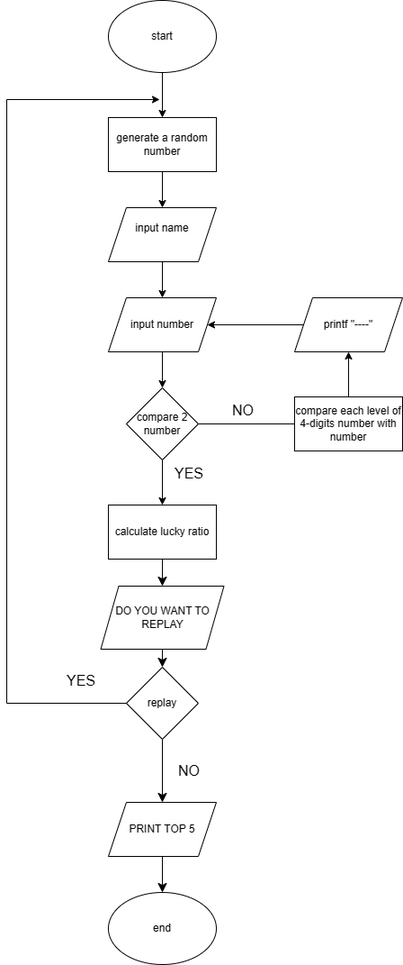
The draw.io diagram FLOWCHART.png in trungple/MOCKC., before a commit. Source tidied: cells renumbered, new cells last; positions are measured from the earlier drawing's top-left corner, leaving out a move shared by most shapes. Its diagram source:
```xml
<mxGraphModel>
  <root>
    <mxCell id="0" />
    <mxCell id="1" parent="0" />
    <mxCell id="2" style="edgeStyle=orthogonalEdgeStyle;rounded=0;jettySize=auto;html=1;" parent="1" edge="1" source="3" target="5">
      <mxGeometry relative="1" as="geometry" />
    </mxCell>
    <mxCell id="3" value="start" style="ellipse;whiteSpace=wrap;html=1;" parent="1" vertex="1">
      <mxGeometry x="113" width="120" height="80" as="geometry" />
    </mxCell>
    <mxCell id="4" style="edgeStyle=orthogonalEdgeStyle;rounded=0;jettySize=auto;html=1;entryX=0.5;entryY=0;entryDx=0;entryDy=0;" parent="1" edge="1" source="5" target="7">
      <mxGeometry relative="1" as="geometry" />
    </mxCell>
    <mxCell id="5" value="generate a random number" style="rounded=0;whiteSpace=wrap;html=1;" parent="1" vertex="1">
      <mxGeometry x="113" y="130" width="120" height="60" as="geometry" />
    </mxCell>
    <mxCell id="6" style="edgeStyle=orthogonalEdgeStyle;rounded=0;jettySize=auto;html=1;entryX=0.5;entryY=0;entryDx=0;entryDy=0;" parent="1" edge="1" source="7" target="9">
      <mxGeometry relative="1" as="geometry" />
    </mxCell>
    <mxCell id="7" value="input name&lt;div&gt;&lt;br&gt;&lt;/div&gt;" style="shape=parallelogram;perimeter=parallelogramPerimeter;whiteSpace=wrap;html=1;fixedSize=1;" parent="1" vertex="1">
      <mxGeometry x="113" y="230" width="120" height="60" as="geometry" />
    </mxCell>
    <mxCell id="8" style="edgeStyle=orthogonalEdgeStyle;rounded=0;jettySize=auto;html=1;exitX=0.5;exitY=1;exitDx=0;exitDy=0;entryX=0.5;entryY=0;entryDx=0;entryDy=0;" parent="1" edge="1" source="9" target="11">
      <mxGeometry relative="1" as="geometry" />
    </mxCell>
    <mxCell id="9" value="input number" style="shape=parallelogram;perimeter=parallelogramPerimeter;whiteSpace=wrap;html=1;fixedSize=1;" parent="1" vertex="1">
      <mxGeometry x="113" y="330" width="120" height="60" as="geometry" />
    </mxCell>
    <mxCell id="10" style="edgeStyle=orthogonalEdgeStyle;rounded=0;jettySize=auto;html=1;entryX=0.5;entryY=0;entryDx=0;entryDy=0;" parent="1" edge="1" source="11" target="18">
      <mxGeometry relative="1" as="geometry" />
    </mxCell>
    <mxCell id="11" value="compare 2 number" style="rhombus;whiteSpace=wrap;html=1;" parent="1" vertex="1">
      <mxGeometry x="133" y="430" width="80" height="80" as="geometry" />
    </mxCell>
    <mxCell id="12" style="endArrow=none;html=1;rounded=0;exitX=1;exitY=0.5;exitDx=0;exitDy=0;" parent="1" edge="1" source="11">
      <mxGeometry relative="1" as="geometry">
        <mxPoint x="320" y="470" as="targetPoint" />
      </mxGeometry>
    </mxCell>
    <mxCell id="13" style="edgeStyle=orthogonalEdgeStyle;rounded=0;jettySize=auto;html=1;entryX=0.5;entryY=1;entryDx=0;entryDy=0;" parent="1" edge="1" source="14" target="16">
      <mxGeometry relative="1" as="geometry" />
    </mxCell>
    <mxCell id="14" value="compare each level of 4-digits number with number" style="rounded=0;whiteSpace=wrap;html=1;" parent="1" vertex="1">
      <mxGeometry x="320" y="440" width="120" height="60" as="geometry" />
    </mxCell>
    <mxCell id="15" style="edgeStyle=orthogonalEdgeStyle;rounded=0;jettySize=auto;html=1;exitX=0;exitY=0.5;exitDx=0;exitDy=0;entryX=1;entryY=0.5;entryDx=0;entryDy=0;" parent="1" edge="1" source="16" target="9">
      <mxGeometry relative="1" as="geometry" />
    </mxCell>
    <mxCell id="16" value="printf &quot;----&quot;" style="shape=parallelogram;perimeter=parallelogramPerimeter;whiteSpace=wrap;html=1;fixedSize=1;" parent="1" vertex="1">
      <mxGeometry x="320" y="330" width="120" height="60" as="geometry" />
    </mxCell>
    <mxCell id="17" style="edgeStyle=none;curved=1;rounded=0;jettySize=auto;html=1;entryX=0.5;entryY=0;entryDx=0;entryDy=0;fontSize=12;startSize=8;endSize=8;" parent="1" edge="1" source="18" target="28">
      <mxGeometry relative="1" as="geometry" />
    </mxCell>
    <mxCell id="18" value="calculate lucky ratio" style="rounded=0;whiteSpace=wrap;html=1;" parent="1" vertex="1">
      <mxGeometry x="113" y="560" width="120" height="60" as="geometry" />
    </mxCell>
    <mxCell id="19" style="edgeStyle=none;curved=1;rounded=0;jettySize=auto;html=1;fontSize=12;startSize=8;endSize=8;" parent="1" edge="1" source="20" target="32">
      <mxGeometry relative="1" as="geometry" />
    </mxCell>
    <mxCell id="20" value="replay" style="rhombus;whiteSpace=wrap;html=1;" parent="1" vertex="1">
      <mxGeometry x="133" y="740" width="80" height="80" as="geometry" />
    </mxCell>
    <mxCell id="21" value="end" style="ellipse;whiteSpace=wrap;html=1;" parent="1" vertex="1">
      <mxGeometry x="113" y="990" width="120" height="80" as="geometry" />
    </mxCell>
    <mxCell id="22" style="endArrow=none;html=1;rounded=0;entryX=0;entryY=0.5;entryDx=0;entryDy=0;" parent="1" edge="1" target="20">
      <mxGeometry relative="1" as="geometry">
        <mxPoint y="780" as="sourcePoint" />
      </mxGeometry>
    </mxCell>
    <mxCell id="23" style="endArrow=none;html=1;rounded=0;" parent="1" edge="1">
      <mxGeometry relative="1" as="geometry">
        <mxPoint y="780" as="sourcePoint" />
        <mxPoint y="110" as="targetPoint" />
      </mxGeometry>
    </mxCell>
    <mxCell id="24" style="endArrow=classic;html=1;rounded=0;" parent="1" edge="1">
      <mxGeometry relative="1" as="geometry">
        <mxPoint y="110" as="sourcePoint" />
        <mxPoint x="170" y="110" as="targetPoint" />
      </mxGeometry>
    </mxCell>
    <mxCell id="25" value="NO" style="text;strokeColor=none;fillColor=none;html=1;align=center;verticalAlign=middle;whiteSpace=wrap;rounded=0;fontSize=16;" parent="1" vertex="1">
      <mxGeometry x="233" y="440" width="60" height="30" as="geometry" />
    </mxCell>
    <mxCell id="26" value="YES" style="text;strokeColor=none;fillColor=none;html=1;align=center;verticalAlign=middle;whiteSpace=wrap;rounded=0;fontSize=16;" parent="1" vertex="1">
      <mxGeometry x="173" y="510" width="60" height="30" as="geometry" />
    </mxCell>
    <mxCell id="27" style="edgeStyle=none;curved=1;rounded=0;jettySize=auto;html=1;entryX=0.5;entryY=0;entryDx=0;entryDy=0;fontSize=12;startSize=8;endSize=8;" parent="1" edge="1" source="28" target="20">
      <mxGeometry relative="1" as="geometry" />
    </mxCell>
    <mxCell id="28" value="DO YOU WANT TO REPLAY" style="shape=parallelogram;perimeter=parallelogramPerimeter;whiteSpace=wrap;html=1;fixedSize=1;" parent="1" vertex="1">
      <mxGeometry x="104.5" y="650" width="137" height="70" as="geometry" />
    </mxCell>
    <mxCell id="29" value="YES" style="text;strokeColor=none;fillColor=none;html=1;align=center;verticalAlign=middle;whiteSpace=wrap;rounded=0;fontSize=16;" parent="1" vertex="1">
      <mxGeometry x="53" y="740" width="60" height="30" as="geometry" />
    </mxCell>
    <mxCell id="30" value="NO" style="text;strokeColor=none;fillColor=none;html=1;align=center;verticalAlign=middle;whiteSpace=wrap;rounded=0;fontSize=16;" parent="1" vertex="1">
      <mxGeometry x="173" y="840" width="60" height="30" as="geometry" />
    </mxCell>
    <mxCell id="31" style="edgeStyle=none;curved=1;rounded=0;jettySize=auto;html=1;fontSize=12;startSize=8;endSize=8;" parent="1" edge="1" source="32" target="21">
      <mxGeometry relative="1" as="geometry" />
    </mxCell>
    <mxCell id="32" value="PRINT TOP 5" style="shape=parallelogram;perimeter=parallelogramPerimeter;whiteSpace=wrap;html=1;fixedSize=1;" parent="1" vertex="1">
      <mxGeometry x="113" y="890" width="120" height="60" as="geometry" />
    </mxCell>
  </root>
</mxGraphModel>
```
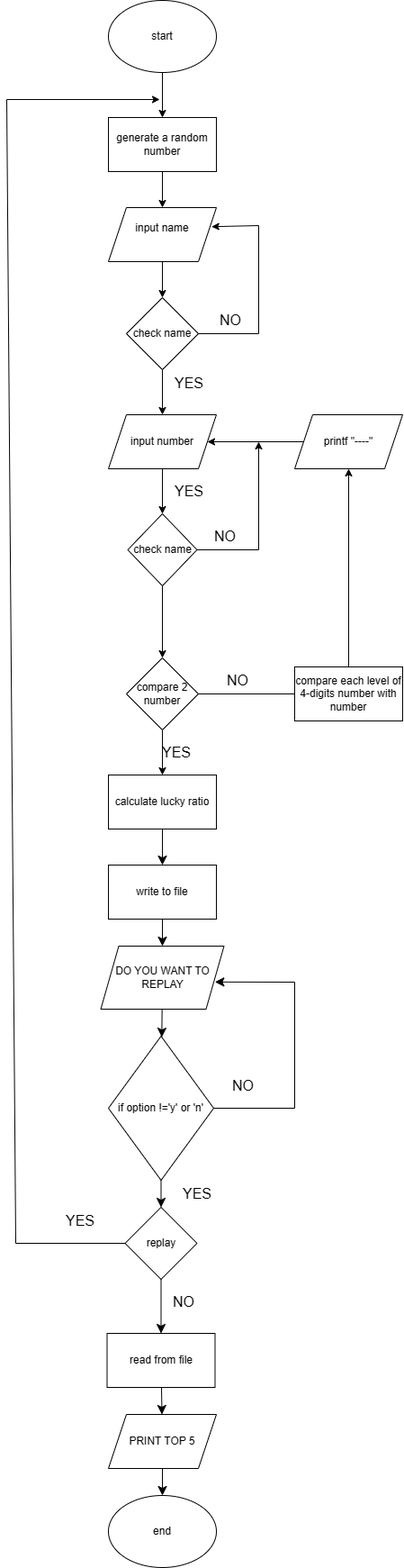
The same file after the commit.

Diff of the diagram source:
```diff
@@ -14,64 +14,54 @@
     <mxCell id="5" value="generate a random number" style="rounded=0;whiteSpace=wrap;html=1;" parent="1" vertex="1">
       <mxGeometry x="113" y="130" width="120" height="60" as="geometry" />
     </mxCell>
-    <mxCell id="6" style="edgeStyle=orthogonalEdgeStyle;rounded=0;jettySize=auto;html=1;entryX=0.5;entryY=0;entryDx=0;entryDy=0;" parent="1" edge="1" source="7" target="9">
-      <mxGeometry relative="1" as="geometry" />
-    </mxCell>
+    <mxCell id="33" style="edgeStyle=orthogonalEdgeStyle;rounded=0;jettySize=auto;html=1;entryX=0.5;entryY=0;entryDx=0;entryDy=0;" parent="1" edge="1" source="7" target="42">
+      <mxGeometry relative="1" as="geometry" />
+    </mxCell>
     <mxCell id="7" value="input name&lt;div&gt;&lt;br&gt;&lt;/div&gt;" style="shape=parallelogram;perimeter=parallelogramPerimeter;whiteSpace=wrap;html=1;fixedSize=1;" parent="1" vertex="1">
       <mxGeometry x="113" y="230" width="120" height="60" as="geometry" />
     </mxCell>
-    <mxCell id="8" style="edgeStyle=orthogonalEdgeStyle;rounded=0;jettySize=auto;html=1;exitX=0.5;exitY=1;exitDx=0;exitDy=0;entryX=0.5;entryY=0;entryDx=0;entryDy=0;" parent="1" edge="1" source="9" target="11">
-      <mxGeometry relative="1" as="geometry" />
-    </mxCell>
     <mxCell id="9" value="input number" style="shape=parallelogram;perimeter=parallelogramPerimeter;whiteSpace=wrap;html=1;fixedSize=1;" parent="1" vertex="1">
-      <mxGeometry x="113" y="330" width="120" height="60" as="geometry" />
+      <mxGeometry x="113" y="460" width="120" height="60" as="geometry" />
     </mxCell>
     <mxCell id="10" style="edgeStyle=orthogonalEdgeStyle;rounded=0;jettySize=auto;html=1;entryX=0.5;entryY=0;entryDx=0;entryDy=0;" parent="1" edge="1" source="11" target="18">
       <mxGeometry relative="1" as="geometry" />
     </mxCell>
     <mxCell id="11" value="compare 2 number" style="rhombus;whiteSpace=wrap;html=1;" parent="1" vertex="1">
-      <mxGeometry x="133" y="430" width="80" height="80" as="geometry" />
+      <mxGeometry x="133" y="730" width="80" height="80" as="geometry" />
     </mxCell>
-    <mxCell id="12" style="endArrow=none;html=1;rounded=0;exitX=1;exitY=0.5;exitDx=0;exitDy=0;" parent="1" edge="1" source="11">
-      <mxGeometry relative="1" as="geometry">
-        <mxPoint x="320" y="470" as="targetPoint" />
-      </mxGeometry>
+    <mxCell id="12" style="endArrow=none;html=1;rounded=0;exitX=1;exitY=0.5;exitDx=0;exitDy=0;entryX=0;entryY=0.5;entryDx=0;entryDy=0;" parent="1" edge="1" source="11" target="14">
+      <mxGeometry relative="1" as="geometry" />
     </mxCell>
     <mxCell id="13" style="edgeStyle=orthogonalEdgeStyle;rounded=0;jettySize=auto;html=1;entryX=0.5;entryY=1;entryDx=0;entryDy=0;" parent="1" edge="1" source="14" target="16">
       <mxGeometry relative="1" as="geometry" />
     </mxCell>
     <mxCell id="14" value="compare each level of 4-digits number with number" style="rounded=0;whiteSpace=wrap;html=1;" parent="1" vertex="1">
-      <mxGeometry x="320" y="440" width="120" height="60" as="geometry" />
+      <mxGeometry x="320" y="740" width="120" height="60" as="geometry" />
     </mxCell>
     <mxCell id="15" style="edgeStyle=orthogonalEdgeStyle;rounded=0;jettySize=auto;html=1;exitX=0;exitY=0.5;exitDx=0;exitDy=0;entryX=1;entryY=0.5;entryDx=0;entryDy=0;" parent="1" edge="1" source="16" target="9">
       <mxGeometry relative="1" as="geometry" />
     </mxCell>
     <mxCell id="16" value="printf &quot;----&quot;" style="shape=parallelogram;perimeter=parallelogramPerimeter;whiteSpace=wrap;html=1;fixedSize=1;" parent="1" vertex="1">
-      <mxGeometry x="320" y="330" width="120" height="60" as="geometry" />
+      <mxGeometry x="320" y="460" width="120" height="60" as="geometry" />
     </mxCell>
-    <mxCell id="17" style="edgeStyle=none;curved=1;rounded=0;jettySize=auto;html=1;entryX=0.5;entryY=0;entryDx=0;entryDy=0;fontSize=12;startSize=8;endSize=8;" parent="1" edge="1" source="18" target="28">
-      <mxGeometry relative="1" as="geometry" />
-    </mxCell>
+    <mxCell id="34" style="edgeStyle=none;curved=1;rounded=0;jettySize=auto;html=1;entryX=0.5;entryY=0;entryDx=0;entryDy=0;fontSize=12;startSize=8;endSize=8;" parent="1" edge="1" source="18" target="38">
+      <mxGeometry relative="1" as="geometry" />
+    </mxCell>
     <mxCell id="18" value="calculate lucky ratio" style="rounded=0;whiteSpace=wrap;html=1;" parent="1" vertex="1">
-      <mxGeometry x="113" y="560" width="120" height="60" as="geometry" />
+      <mxGeometry x="113" y="860" width="120" height="60" as="geometry" />
     </mxCell>
-    <mxCell id="19" style="edgeStyle=none;curved=1;rounded=0;jettySize=auto;html=1;fontSize=12;startSize=8;endSize=8;" parent="1" edge="1" source="20" target="32">
-      <mxGeometry relative="1" as="geometry" />
-    </mxCell>
+    <mxCell id="35" style="edgeStyle=none;curved=1;rounded=0;jettySize=auto;html=1;entryX=0.5;entryY=0;entryDx=0;entryDy=0;fontSize=12;startSize=8;endSize=8;" parent="1" edge="1" source="20" target="40">
+      <mxGeometry relative="1" as="geometry" />
+    </mxCell>
     <mxCell id="20" value="replay" style="rhombus;whiteSpace=wrap;html=1;" parent="1" vertex="1">
-      <mxGeometry x="133" y="740" width="80" height="80" as="geometry" />
+      <mxGeometry x="131.5" y="1340" width="80" height="80" as="geometry" />
     </mxCell>
     <mxCell id="21" value="end" style="ellipse;whiteSpace=wrap;html=1;" parent="1" vertex="1">
-      <mxGeometry x="113" y="990" width="120" height="80" as="geometry" />
+      <mxGeometry x="113" y="1660" width="120" height="80" as="geometry" />
     </mxCell>
-    <mxCell id="22" style="endArrow=none;html=1;rounded=0;entryX=0;entryY=0.5;entryDx=0;entryDy=0;" parent="1" edge="1" target="20">
-      <mxGeometry relative="1" as="geometry">
-        <mxPoint y="780" as="sourcePoint" />
-      </mxGeometry>
-    </mxCell>
     <mxCell id="23" style="endArrow=none;html=1;rounded=0;" parent="1" edge="1">
       <mxGeometry relative="1" as="geometry">
-        <mxPoint y="780" as="sourcePoint" />
+        <mxPoint x="10" y="1380" as="sourcePoint" />
         <mxPoint y="110" as="targetPoint" />
       </mxGeometry>
     </mxCell>
@@ -82,28 +72,127 @@
       </mxGeometry>
     </mxCell>
     <mxCell id="25" value="NO" style="text;strokeColor=none;fillColor=none;html=1;align=center;verticalAlign=middle;whiteSpace=wrap;rounded=0;fontSize=16;" parent="1" vertex="1">
-      <mxGeometry x="233" y="440" width="60" height="30" as="geometry" />
+      <mxGeometry x="227" y="740" width="60" height="30" as="geometry" />
     </mxCell>
     <mxCell id="26" value="YES" style="text;strokeColor=none;fillColor=none;html=1;align=center;verticalAlign=middle;whiteSpace=wrap;rounded=0;fontSize=16;" parent="1" vertex="1">
-      <mxGeometry x="173" y="510" width="60" height="30" as="geometry" />
+      <mxGeometry x="158.5" y="820" width="60" height="30" as="geometry" />
     </mxCell>
-    <mxCell id="27" style="edgeStyle=none;curved=1;rounded=0;jettySize=auto;html=1;entryX=0.5;entryY=0;entryDx=0;entryDy=0;fontSize=12;startSize=8;endSize=8;" parent="1" edge="1" source="28" target="20">
-      <mxGeometry relative="1" as="geometry" />
-    </mxCell>
+    <mxCell id="36" style="edgeStyle=none;curved=1;rounded=0;jettySize=auto;html=1;fontSize=12;startSize=8;endSize=8;" parent="1" edge="1" source="28" target="56">
+      <mxGeometry relative="1" as="geometry" />
+    </mxCell>
     <mxCell id="28" value="DO YOU WANT TO REPLAY" style="shape=parallelogram;perimeter=parallelogramPerimeter;whiteSpace=wrap;html=1;fixedSize=1;" parent="1" vertex="1">
-      <mxGeometry x="104.5" y="650" width="137" height="70" as="geometry" />
+      <mxGeometry x="104.5" y="1050" width="137" height="70" as="geometry" />
     </mxCell>
     <mxCell id="29" value="YES" style="text;strokeColor=none;fillColor=none;html=1;align=center;verticalAlign=middle;whiteSpace=wrap;rounded=0;fontSize=16;" parent="1" vertex="1">
-      <mxGeometry x="53" y="740" width="60" height="30" as="geometry" />
+      <mxGeometry x="51.5" y="1340" width="60" height="30" as="geometry" />
     </mxCell>
     <mxCell id="30" value="NO" style="text;strokeColor=none;fillColor=none;html=1;align=center;verticalAlign=middle;whiteSpace=wrap;rounded=0;fontSize=16;" parent="1" vertex="1">
-      <mxGeometry x="173" y="840" width="60" height="30" as="geometry" />
+      <mxGeometry x="167" y="1430" width="60" height="30" as="geometry" />
     </mxCell>
     <mxCell id="31" style="edgeStyle=none;curved=1;rounded=0;jettySize=auto;html=1;fontSize=12;startSize=8;endSize=8;" parent="1" edge="1" source="32" target="21">
       <mxGeometry relative="1" as="geometry" />
     </mxCell>
     <mxCell id="32" value="PRINT TOP 5" style="shape=parallelogram;perimeter=parallelogramPerimeter;whiteSpace=wrap;html=1;fixedSize=1;" parent="1" vertex="1">
-      <mxGeometry x="113" y="890" width="120" height="60" as="geometry" />
+      <mxGeometry x="113" y="1570" width="120" height="60" as="geometry" />
     </mxCell>
+    <mxCell id="37" style="edgeStyle=none;curved=1;rounded=0;jettySize=auto;html=1;fontSize=12;startSize=8;endSize=8;" parent="1" edge="1" source="38" target="28">
+      <mxGeometry relative="1" as="geometry" />
+    </mxCell>
+    <mxCell id="38" value="write to file" style="rounded=0;whiteSpace=wrap;html=1;" parent="1" vertex="1">
+      <mxGeometry x="113" y="960" width="120" height="60" as="geometry" />
+    </mxCell>
+    <mxCell id="39" style="edgeStyle=none;curved=1;rounded=0;jettySize=auto;html=1;fontSize=12;startSize=8;endSize=8;" parent="1" edge="1" source="40" target="32">
+      <mxGeometry relative="1" as="geometry" />
+    </mxCell>
+    <mxCell id="40" value="read from file" style="rounded=0;whiteSpace=wrap;html=1;" parent="1" vertex="1">
+      <mxGeometry x="111.5" y="1480" width="120" height="60" as="geometry" />
+    </mxCell>
+    <mxCell id="41" style="edgeStyle=orthogonalEdgeStyle;rounded=0;jettySize=auto;html=1;entryX=0.5;entryY=0;entryDx=0;entryDy=0;" parent="1" edge="1" source="42" target="9">
+      <mxGeometry relative="1" as="geometry" />
+    </mxCell>
+    <mxCell id="42" value="check name" style="rhombus;whiteSpace=wrap;html=1;" parent="1" vertex="1">
+      <mxGeometry x="133" y="330" width="80" height="80" as="geometry" />
+    </mxCell>
+    <mxCell id="43" style="endArrow=none;html=1;rounded=0;exitX=1;exitY=0.5;exitDx=0;exitDy=0;" parent="1" edge="1" source="42">
+      <mxGeometry relative="1" as="geometry">
+        <mxPoint x="280" y="370" as="targetPoint" />
+      </mxGeometry>
+    </mxCell>
+    <mxCell id="44" style="endArrow=none;html=1;rounded=0;" parent="1" edge="1">
+      <mxGeometry relative="1" as="geometry">
+        <mxPoint x="280" y="250" as="sourcePoint" />
+        <mxPoint x="280" y="370" as="targetPoint" />
+      </mxGeometry>
+    </mxCell>
+    <mxCell id="45" style="endArrow=classic;html=1;rounded=0;entryX=0.956;entryY=0.353;entryDx=0;entryDy=0;entryPerimeter=0;" parent="1" edge="1" target="7">
+      <mxGeometry relative="1" as="geometry">
+        <mxPoint x="280" y="250" as="sourcePoint" />
+      </mxGeometry>
+    </mxCell>
+    <mxCell id="46" style="edgeStyle=orthogonalEdgeStyle;rounded=0;jettySize=auto;html=1;exitX=0.5;exitY=1;exitDx=0;exitDy=0;entryX=0.5;entryY=0;entryDx=0;entryDy=0;" parent="1" edge="1" source="47" target="11">
+      <mxGeometry relative="1" as="geometry" />
+    </mxCell>
+    <mxCell id="47" value="check name" style="rhombus;whiteSpace=wrap;html=1;" parent="1" vertex="1">
+      <mxGeometry x="134.5" y="570" width="77" height="80" as="geometry" />
+    </mxCell>
+    <mxCell id="48" style="endArrow=none;html=1;rounded=0;exitX=1;exitY=0.5;exitDx=0;exitDy=0;" parent="1" edge="1" source="47">
+      <mxGeometry relative="1" as="geometry">
+        <mxPoint x="280" y="610" as="targetPoint" />
+      </mxGeometry>
+    </mxCell>
+    <mxCell id="49" style="endArrow=classic;html=1;rounded=0;" parent="1" edge="1">
+      <mxGeometry relative="1" as="geometry">
+        <mxPoint x="280" y="610" as="sourcePoint" />
+        <mxPoint x="280" y="490" as="targetPoint" />
+      </mxGeometry>
+    </mxCell>
+    <mxCell id="50" style="edgeStyle=orthogonalEdgeStyle;rounded=0;jettySize=auto;html=1;entryX=0.5;entryY=0;entryDx=0;entryDy=0;" parent="1" edge="1" source="9" target="47">
+      <mxGeometry relative="1" as="geometry" />
+    </mxCell>
+    <mxCell id="51" value="NO" style="text;strokeColor=none;fillColor=none;html=1;align=center;verticalAlign=middle;whiteSpace=wrap;rounded=0;fontSize=16;" parent="1" vertex="1">
+      <mxGeometry x="213" y="580" width="60" height="30" as="geometry" />
+    </mxCell>
+    <mxCell id="52" value="NO" style="text;strokeColor=none;fillColor=none;html=1;align=center;verticalAlign=middle;whiteSpace=wrap;rounded=0;fontSize=16;" parent="1" vertex="1">
+      <mxGeometry x="218.5" y="340" width="60" height="30" as="geometry" />
+    </mxCell>
+    <mxCell id="53" value="YES" style="text;strokeColor=none;fillColor=none;html=1;align=center;verticalAlign=middle;whiteSpace=wrap;rounded=0;fontSize=16;" parent="1" vertex="1">
+      <mxGeometry x="173" y="530" width="60" height="30" as="geometry" />
+    </mxCell>
+    <mxCell id="54" value="YES" style="text;strokeColor=none;fillColor=none;html=1;align=center;verticalAlign=middle;whiteSpace=wrap;rounded=0;fontSize=16;" parent="1" vertex="1">
+      <mxGeometry x="173" y="410" width="60" height="30" as="geometry" />
+    </mxCell>
+    <mxCell id="55" style="edgeStyle=none;curved=1;rounded=0;jettySize=auto;html=1;entryX=0.5;entryY=0;entryDx=0;entryDy=0;fontSize=12;startSize=8;endSize=8;" parent="1" edge="1" source="56" target="20">
+      <mxGeometry relative="1" as="geometry" />
+    </mxCell>
+    <mxCell id="56" value="if option !='y' or 'n'" style="rhombus;whiteSpace=wrap;html=1;" parent="1" vertex="1">
+      <mxGeometry x="113" y="1150" width="117" height="160" as="geometry" />
+    </mxCell>
+    <mxCell id="57" style="endArrow=none;html=1;rounded=0;fontSize=12;startSize=8;endSize=8;curved=1;exitX=1;exitY=0.5;exitDx=0;exitDy=0;" parent="1" edge="1" source="56">
+      <mxGeometry relative="1" as="geometry">
+        <mxPoint x="320" y="1230" as="targetPoint" />
+      </mxGeometry>
+    </mxCell>
+    <mxCell id="58" style="endArrow=none;html=1;rounded=0;fontSize=12;startSize=8;endSize=8;curved=1;" parent="1" edge="1">
+      <mxGeometry relative="1" as="geometry">
+        <mxPoint x="320" y="1230" as="sourcePoint" />
+        <mxPoint x="320" y="1090" as="targetPoint" />
+      </mxGeometry>
+    </mxCell>
+    <mxCell id="59" style="endArrow=classic;html=1;rounded=0;fontSize=12;startSize=8;endSize=8;curved=1;entryX=0.926;entryY=0.569;entryDx=0;entryDy=0;entryPerimeter=0;" parent="1" edge="1" target="28">
+      <mxGeometry relative="1" as="geometry">
+        <mxPoint x="320" y="1090" as="sourcePoint" />
+      </mxGeometry>
+    </mxCell>
+    <mxCell id="60" style="endArrow=none;html=1;rounded=0;fontSize=12;startSize=8;endSize=8;curved=1;entryX=0;entryY=0.5;entryDx=0;entryDy=0;" parent="1" edge="1" target="20">
+      <mxGeometry relative="1" as="geometry">
+        <mxPoint x="10" y="1380" as="sourcePoint" />
+      </mxGeometry>
+    </mxCell>
+    <mxCell id="61" value="YES" style="text;strokeColor=none;fillColor=none;html=1;align=center;verticalAlign=middle;whiteSpace=wrap;rounded=0;fontSize=16;" parent="1" vertex="1">
+      <mxGeometry x="181.5" y="1310" width="60" height="30" as="geometry" />
+    </mxCell>
+    <mxCell id="62" value="NO" style="text;strokeColor=none;fillColor=none;html=1;align=center;verticalAlign=middle;whiteSpace=wrap;rounded=0;fontSize=16;" parent="1" vertex="1">
+      <mxGeometry x="233" y="1190" width="60" height="30" as="geometry" />
+    </mxCell>
   </root>
 </mxGraphModel>
```
